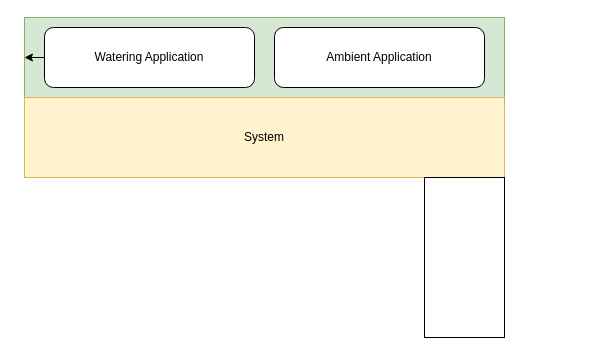
This is RequirementsAndDesign/module-2/assignment/architecture.drawio from RikhardHonkanen/AD25, a draw.io file, before an edit. Source tidied: cells renumbered, new cells numbered last; positions are measured from the earlier drawing's top-left corner, leaving out a move shared by most shapes. Both pictures are drawn from the tidied source at 100%, with x=0, y=0 at pixel (24, 17).
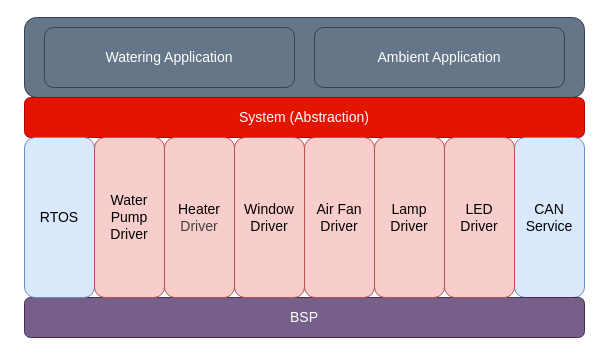
Above is the later version.

The edit, as a diff of the source:
```diff
@@
 <mxGraphModel>
   <root>
     <mxCell id="0" />
     <mxCell id="1" parent="0" />
-    <mxCell id="2" style="rounded=0;whiteSpace=wrap;html=1;fillColor=#d5e8d4;strokeColor=#82b366;" parent="1" vertex="1">
-      <mxGeometry width="480" height="80" as="geometry" />
+    <mxCell id="2" style="rounded=1;whiteSpace=wrap;html=1;fillColor=#647687;strokeColor=#314354;fontColor=#ffffff;fontSize=14;fontStyle=0;" parent="1" vertex="1">
+      <mxGeometry width="560" height="80" as="geometry" />
     </mxCell>
-    <mxCell id="3" style="edgeStyle=none;html=1;exitX=1;exitY=0.5;exitDx=0;exitDy=0;" parent="1" edge="1" source="4" target="2">
-      <mxGeometry relative="1" as="geometry" />
-    </mxCell>
-    <mxCell id="4" value="Watering Application" style="rounded=1;whiteSpace=wrap;html=1;" parent="1" vertex="1">
-      <mxGeometry x="20" y="10" width="210" height="60" as="geometry" />
+    <mxCell id="4" value="Watering Application" style="rounded=1;whiteSpace=wrap;html=1;fillColor=#647687;strokeColor=#314354;fontColor=#ffffff;fontSize=14;fontStyle=0;" parent="1" vertex="1">
+      <mxGeometry x="20" y="10" width="250" height="60" as="geometry" />
     </mxCell>
-    <mxCell id="5" value="Ambient Application" style="rounded=1;whiteSpace=wrap;html=1;" parent="1" vertex="1">
-      <mxGeometry x="250" y="10" width="210" height="60" as="geometry" />
+    <mxCell id="5" value="Ambient Application" style="rounded=1;whiteSpace=wrap;html=1;fillColor=#647687;strokeColor=#314354;fontColor=#ffffff;fontSize=14;fontStyle=0;" parent="1" vertex="1">
+      <mxGeometry x="290" y="10" width="250" height="60" as="geometry" />
     </mxCell>
-    <mxCell id="6" value="System" style="rounded=0;whiteSpace=wrap;html=1;fillColor=#fff2cc;strokeColor=#d6b656;" parent="1" vertex="1">
-      <mxGeometry y="80" width="480" height="80" as="geometry" />
+    <mxCell id="6" value="System (Abstraction)" style="rounded=1;whiteSpace=wrap;html=1;fillColor=#e51400;strokeColor=#B20000;fontColor=#ffffff;fontSize=14;fontStyle=0;" parent="1" vertex="1">
+      <mxGeometry y="80" width="560" height="40" as="geometry" />
     </mxCell>
-    <mxCell id="7" style="rounded=0;whiteSpace=wrap;html=1;" parent="1" vertex="1">
-      <mxGeometry x="400" y="160" width="80" height="160" as="geometry" />
+    <mxCell id="7" value="CAN&lt;div&gt;Service&lt;/div&gt;" style="rounded=1;whiteSpace=wrap;html=1;fillColor=#dae8fc;strokeColor=#6c8ebf;perimeterSpacing=0;fontSize=14;fontStyle=0;" parent="1" vertex="1">
+      <mxGeometry x="490" y="120" width="70" height="160" as="geometry" />
     </mxCell>
+    <mxCell id="8" value="BSP" style="rounded=1;whiteSpace=wrap;html=1;fillColor=#76608a;strokeColor=#432D57;fontColor=#ffffff;perimeterSpacing=0;fontSize=14;fontStyle=0;" parent="1" vertex="1">
+      <mxGeometry y="280" width="560" height="40" as="geometry" />
+    </mxCell>
+    <mxCell id="9" value="RTOS" style="rounded=1;whiteSpace=wrap;html=1;fillColor=#dae8fc;strokeColor=#6c8ebf;perimeterSpacing=0;fontSize=14;fontStyle=0;" parent="1" vertex="1">
+      <mxGeometry y="120" width="70" height="160" as="geometry" />
+    </mxCell>
+    <mxCell id="10" value="Window&lt;br&gt;&lt;div&gt;Driver&lt;/div&gt;" style="rounded=1;whiteSpace=wrap;html=1;fillColor=#f8cecc;strokeColor=#b85450;perimeterSpacing=0;fontSize=14;fontStyle=0;" parent="1" vertex="1">
+      <mxGeometry x="210" y="120" width="70" height="160" as="geometry" />
+    </mxCell>
+    <mxCell id="11" value="&lt;span style=&quot;background-color: transparent;&quot;&gt;&lt;font color=&quot;#000000&quot;&gt;Heater&lt;br&gt;&lt;/font&gt;&lt;/span&gt;&lt;span style=&quot;color: rgb(63, 63, 63); background-color: transparent;&quot;&gt;Driver&lt;/span&gt;" style="rounded=1;whiteSpace=wrap;html=1;fillColor=#f8cecc;strokeColor=#b85450;perimeterSpacing=0;fontSize=14;fontStyle=0;" parent="1" vertex="1">
+      <mxGeometry x="140" y="120" width="70" height="160" as="geometry" />
+    </mxCell>
+    <mxCell id="12" value="&lt;div&gt;&lt;font color=&quot;#000000&quot;&gt;Air Fan&lt;/font&gt;&lt;/div&gt;&lt;div&gt;Driver&lt;/div&gt;" style="rounded=1;whiteSpace=wrap;html=1;fillColor=#f8cecc;strokeColor=#b85450;perimeterSpacing=0;fontSize=14;fontStyle=0;" parent="1" vertex="1">
+      <mxGeometry x="280" y="120" width="70" height="160" as="geometry" />
+    </mxCell>
+    <mxCell id="13" value="Water Pump&lt;br&gt;&lt;div&gt;Driver&lt;/div&gt;" style="rounded=1;whiteSpace=wrap;html=1;fillColor=#f8cecc;strokeColor=#b85450;perimeterSpacing=0;fontSize=14;fontStyle=0;" parent="1" vertex="1">
+      <mxGeometry x="70" y="120" width="70" height="160" as="geometry" />
+    </mxCell>
+    <mxCell id="14" value="&lt;div&gt;&lt;font color=&quot;#000000&quot;&gt;Lamp&lt;/font&gt;&lt;/div&gt;&lt;div&gt;Driver&lt;/div&gt;" style="rounded=1;whiteSpace=wrap;html=1;fillColor=#f8cecc;strokeColor=#b85450;perimeterSpacing=0;fontSize=14;fontStyle=0;" parent="1" vertex="1">
+      <mxGeometry x="350" y="120" width="70" height="160" as="geometry" />
+    </mxCell>
+    <mxCell id="15" value="&lt;div&gt;LED&lt;/div&gt;&lt;div&gt;Driver&lt;/div&gt;" style="rounded=1;whiteSpace=wrap;html=1;fillColor=#f8cecc;strokeColor=#b85450;perimeterSpacing=0;fontSize=14;fontStyle=0;" parent="1" vertex="1">
+      <mxGeometry x="420" y="120" width="70" height="160" as="geometry" />
+    </mxCell>
   </root>
 </mxGraphModel>
```
